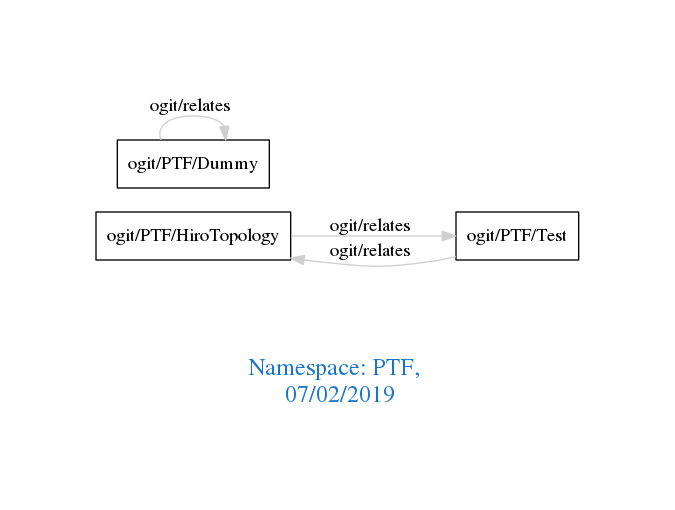
The Graphviz diagram downloads/PTF.png in arago/OGIT, before a commit. Its source is kept beside it as downloads/PTF.dot.
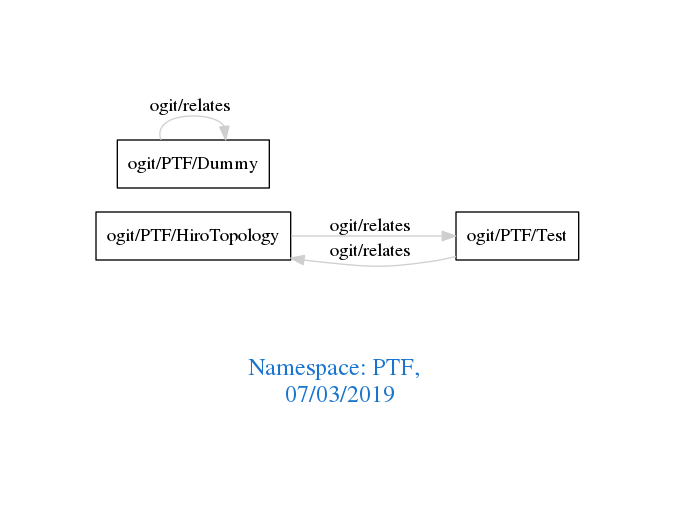
Later version of the same file.

What changed in the source:
```diff
@@ -1,7 +1,7 @@
 digraph OGIT_ontology {
  graph [ rankdir= LR,pad=1
 fontsize = 18,
-fontcolor= dodgerblue3,label = "\n\n\nNamespace: PTF, \n 07/02/2019"];
+fontcolor= dodgerblue3,label = "\n\n\nNamespace: PTF, \n 07/03/2019"];
 node[shape=polygon];
 edge [  color="gray81"];
 
```
